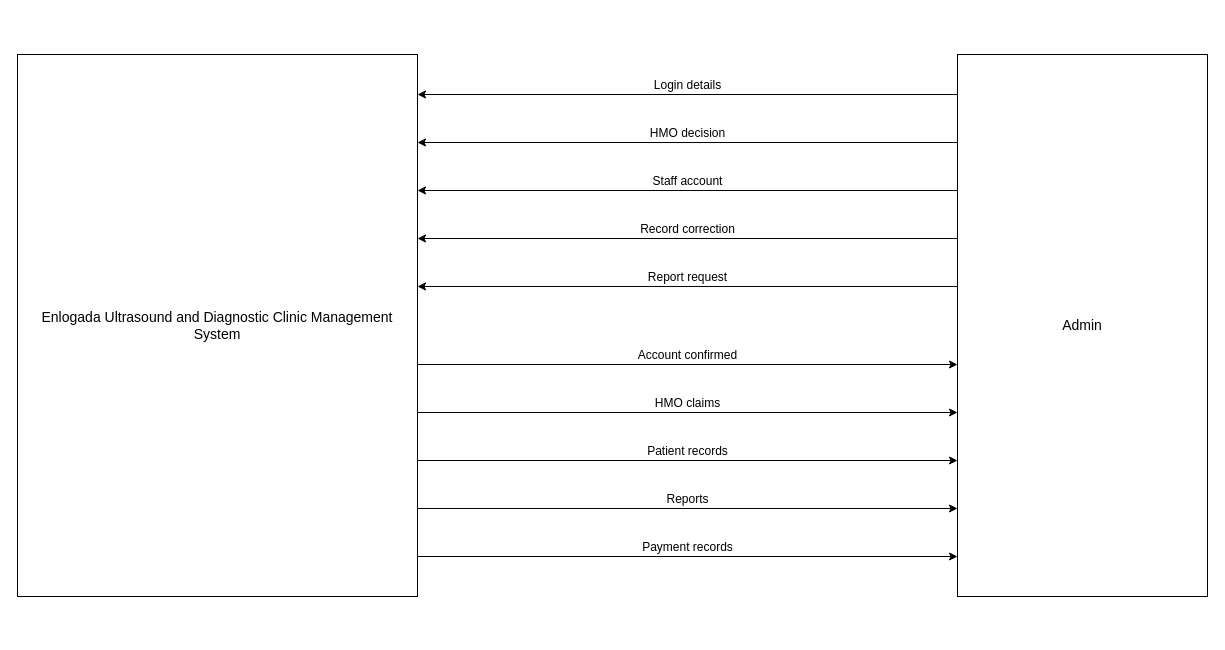
steven23lz/Enlogada-Clinic-Management-System keeps this draw.io diagram as page "Admin" (3 of 9) of docs/diagrams/dfd-level0.drawio. Above is the earlier version. Source tidied: cells renumbered, new cells numbered last; positions are measured from the earlier drawing's top-left corner, leaving out a move shared by most shapes. Both pictures are drawn from the tidied source at 100%, with x=0, y=0 at pixel (17, 54).
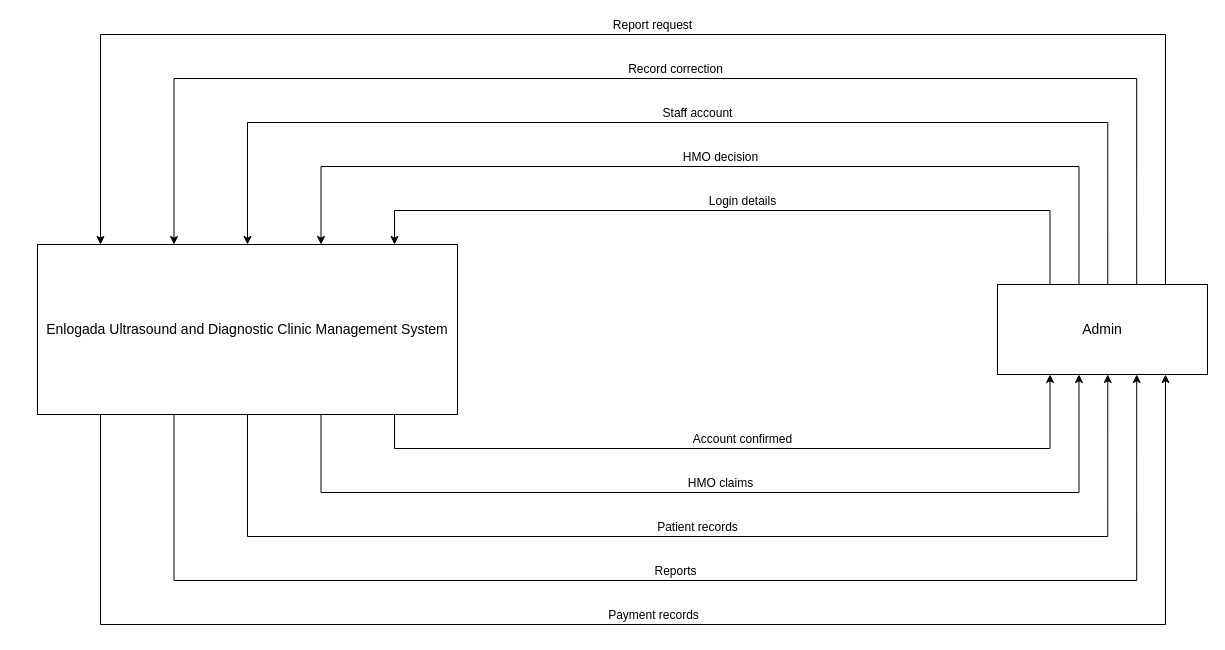
The same diagram, later.

The edit, as a diff of the source:
```diff
@@
     <mxCell id="2" value="Enlogada Ultrasound and Diagnostic Clinic Management System" style="rounded=0;whiteSpace=wrap;html=1;verticalAlign=middle;fontFamily=Helvetica;fontSize=14;fontColor=#000000;strokeColor=#000000;" parent="1" vertex="1">
-      <mxGeometry width="400" height="542" as="geometry" />
+      <mxGeometry x="20" y="190" width="420" height="170" as="geometry" />
     </mxCell>
     <mxCell id="3" value="Admin" style="rounded=0;whiteSpace=wrap;html=1;fontFamily=Helvetica;fontSize=14;fontColor=#000000;strokeColor=#000000;" parent="1" vertex="1">
-      <mxGeometry x="940" width="250" height="542" as="geometry" />
+      <mxGeometry x="980" y="230" width="210" height="90" as="geometry" />
     </mxCell>
-    <mxCell id="4" value="Login details" style="edgeStyle=orthogonalEdgeStyle;rounded=0;html=1;verticalAlign=bottom;fontFamily=Helvetica;fontSize=12;fontColor=#000000;strokeColor=#000000;exitX=0;entryX=1;exitY=0.0738;exitDx=0;exitDy=0;entryY=0.0738;entryDx=0;entryDy=0;" parent="1" edge="1" source="3" target="2">
-      <mxGeometry relative="1" as="geometry" />
+    <mxCell id="4" value="Login details" style="edgeStyle=orthogonalEdgeStyle;rounded=0;html=1;verticalAlign=bottom;fontFamily=Helvetica;fontSize=12;fontColor=#000000;strokeColor=#000000;exitX=0.250;exitY=0;exitDx=0;exitDy=0;entryX=0.850;entryY=0;entryDx=0;entryDy=0;" parent="1" edge="1" source="3" target="2">
+      <mxGeometry relative="1" as="geometry">
+        <Array as="points">
+          <mxPoint x="1032.5" y="156" />
+          <mxPoint x="377" y="156" />
+        </Array>
+      </mxGeometry>
     </mxCell>
-    <mxCell id="5" value="HMO decision" style="edgeStyle=orthogonalEdgeStyle;rounded=0;html=1;verticalAlign=bottom;fontFamily=Helvetica;fontSize=12;fontColor=#000000;strokeColor=#000000;exitX=0;entryX=1;exitY=0.1624;exitDx=0;exitDy=0;entryY=0.1624;entryDx=0;entryDy=0;" parent="1" edge="1" source="3" target="2">
-      <mxGeometry relative="1" as="geometry" />
+    <mxCell id="5" value="HMO decision" style="edgeStyle=orthogonalEdgeStyle;rounded=0;html=1;verticalAlign=bottom;fontFamily=Helvetica;fontSize=12;fontColor=#000000;strokeColor=#000000;exitX=0.388;exitY=0;exitDx=0;exitDy=0;entryX=0.675;entryY=0;entryDx=0;entryDy=0;" parent="1" edge="1" source="3" target="2">
+      <mxGeometry relative="1" as="geometry">
+        <Array as="points">
+          <mxPoint x="1061.4" y="112" />
+          <mxPoint x="303.5" y="112" />
+        </Array>
+      </mxGeometry>
     </mxCell>
-    <mxCell id="6" value="Staff account" style="edgeStyle=orthogonalEdgeStyle;rounded=0;html=1;verticalAlign=bottom;fontFamily=Helvetica;fontSize=12;fontColor=#000000;strokeColor=#000000;exitX=0;entryX=1;exitY=0.2509;exitDx=0;exitDy=0;entryY=0.2509;entryDx=0;entryDy=0;" parent="1" edge="1" source="3" target="2">
-      <mxGeometry relative="1" as="geometry" />
+    <mxCell id="6" value="Staff account" style="edgeStyle=orthogonalEdgeStyle;rounded=0;html=1;verticalAlign=bottom;fontFamily=Helvetica;fontSize=12;fontColor=#000000;strokeColor=#000000;exitX=0.525;exitY=0;exitDx=0;exitDy=0;entryX=0.500;entryY=0;entryDx=0;entryDy=0;" parent="1" edge="1" source="3" target="2">
+      <mxGeometry relative="1" as="geometry">
+        <Array as="points">
+          <mxPoint x="1090.2" y="68" />
+          <mxPoint x="230" y="68" />
+        </Array>
+      </mxGeometry>
     </mxCell>
-    <mxCell id="7" value="Record correction" style="edgeStyle=orthogonalEdgeStyle;rounded=0;html=1;verticalAlign=bottom;fontFamily=Helvetica;fontSize=12;fontColor=#000000;strokeColor=#000000;exitX=0;entryX=1;exitY=0.3395;exitDx=0;exitDy=0;entryY=0.3395;entryDx=0;entryDy=0;" parent="1" edge="1" source="3" target="2">
-      <mxGeometry relative="1" as="geometry" />
+    <mxCell id="7" value="Record correction" style="edgeStyle=orthogonalEdgeStyle;rounded=0;html=1;verticalAlign=bottom;fontFamily=Helvetica;fontSize=12;fontColor=#000000;strokeColor=#000000;exitX=0.663;exitY=0;exitDx=0;exitDy=0;entryX=0.325;entryY=0;entryDx=0;entryDy=0;" parent="1" edge="1" source="3" target="2">
+      <mxGeometry relative="1" as="geometry">
+        <Array as="points">
+          <mxPoint x="1119.1" y="24" />
+          <mxPoint x="156.5" y="24" />
+        </Array>
+      </mxGeometry>
     </mxCell>
-    <mxCell id="8" value="Report request" style="edgeStyle=orthogonalEdgeStyle;rounded=0;html=1;verticalAlign=bottom;fontFamily=Helvetica;fontSize=12;fontColor=#000000;strokeColor=#000000;exitX=0;entryX=1;exitY=0.4280;exitDx=0;exitDy=0;entryY=0.4280;entryDx=0;entryDy=0;" parent="1" edge="1" source="3" target="2">
-      <mxGeometry relative="1" as="geometry" />
+    <mxCell id="8" value="Report request" style="edgeStyle=orthogonalEdgeStyle;rounded=0;html=1;verticalAlign=bottom;fontFamily=Helvetica;fontSize=12;fontColor=#000000;strokeColor=#000000;exitX=0.800;exitY=0;exitDx=0;exitDy=0;entryX=0.150;entryY=0;entryDx=0;entryDy=0;" parent="1" edge="1" source="3" target="2">
+      <mxGeometry relative="1" as="geometry">
+        <Array as="points">
+          <mxPoint x="1148" y="-20" />
+          <mxPoint x="83" y="-20" />
+        </Array>
+      </mxGeometry>
     </mxCell>
-    <mxCell id="9" value="Account confirmed" style="edgeStyle=orthogonalEdgeStyle;rounded=0;html=1;verticalAlign=bottom;fontFamily=Helvetica;fontSize=12;fontColor=#000000;strokeColor=#000000;exitX=1;entryX=0;exitY=0.5720;exitDx=0;exitDy=0;entryY=0.5720;entryDx=0;entryDy=0;" parent="1" edge="1" source="2" target="3">
-      <mxGeometry relative="1" as="geometry" />
+    <mxCell id="9" value="Account confirmed" style="edgeStyle=orthogonalEdgeStyle;rounded=0;html=1;verticalAlign=bottom;fontFamily=Helvetica;fontSize=12;fontColor=#000000;strokeColor=#000000;exitX=0.850;exitY=1;exitDx=0;exitDy=0;entryX=0.250;entryY=1;entryDx=0;entryDy=0;" parent="1" edge="1" source="2" target="3">
+      <mxGeometry relative="1" as="geometry">
+        <Array as="points">
+          <mxPoint x="377" y="394" />
+          <mxPoint x="1032.5" y="394" />
+        </Array>
+      </mxGeometry>
     </mxCell>
-    <mxCell id="10" value="HMO claims" style="edgeStyle=orthogonalEdgeStyle;rounded=0;html=1;verticalAlign=bottom;fontFamily=Helvetica;fontSize=12;fontColor=#000000;strokeColor=#000000;exitX=1;entryX=0;exitY=0.6605;exitDx=0;exitDy=0;entryY=0.6605;entryDx=0;entryDy=0;" parent="1" edge="1" source="2" target="3">
-      <mxGeometry relative="1" as="geometry" />
+    <mxCell id="10" value="HMO claims" style="edgeStyle=orthogonalEdgeStyle;rounded=0;html=1;verticalAlign=bottom;fontFamily=Helvetica;fontSize=12;fontColor=#000000;strokeColor=#000000;exitX=0.675;exitY=1;exitDx=0;exitDy=0;entryX=0.388;entryY=1;entryDx=0;entryDy=0;" parent="1" edge="1" source="2" target="3">
+      <mxGeometry relative="1" as="geometry">
+        <Array as="points">
+          <mxPoint x="303.5" y="438" />
+          <mxPoint x="1061.4" y="438" />
+        </Array>
+      </mxGeometry>
     </mxCell>
-    <mxCell id="11" value="Patient records" style="edgeStyle=orthogonalEdgeStyle;rounded=0;html=1;verticalAlign=bottom;fontFamily=Helvetica;fontSize=12;fontColor=#000000;strokeColor=#000000;exitX=1;entryX=0;exitY=0.7491;exitDx=0;exitDy=0;entryY=0.7491;entryDx=0;entryDy=0;" parent="1" edge="1" source="2" target="3">
-      <mxGeometry relative="1" as="geometry" />
+    <mxCell id="11" value="Patient records" style="edgeStyle=orthogonalEdgeStyle;rounded=0;html=1;verticalAlign=bottom;fontFamily=Helvetica;fontSize=12;fontColor=#000000;strokeColor=#000000;exitX=0.500;exitY=1;exitDx=0;exitDy=0;entryX=0.525;entryY=1;entryDx=0;entryDy=0;" parent="1" edge="1" source="2" target="3">
+      <mxGeometry relative="1" as="geometry">
+        <Array as="points">
+          <mxPoint x="230" y="482" />
+          <mxPoint x="1090.2" y="482" />
+        </Array>
+      </mxGeometry>
     </mxCell>
-    <mxCell id="12" value="Reports" style="edgeStyle=orthogonalEdgeStyle;rounded=0;html=1;verticalAlign=bottom;fontFamily=Helvetica;fontSize=12;fontColor=#000000;strokeColor=#000000;exitX=1;entryX=0;exitY=0.8376;exitDx=0;exitDy=0;entryY=0.8376;entryDx=0;entryDy=0;" parent="1" edge="1" source="2" target="3">
-      <mxGeometry relative="1" as="geometry" />
+    <mxCell id="12" value="Reports" style="edgeStyle=orthogonalEdgeStyle;rounded=0;html=1;verticalAlign=bottom;fontFamily=Helvetica;fontSize=12;fontColor=#000000;strokeColor=#000000;exitX=0.325;exitY=1;exitDx=0;exitDy=0;entryX=0.663;entryY=1;entryDx=0;entryDy=0;" parent="1" edge="1" source="2" target="3">
+      <mxGeometry relative="1" as="geometry">
+        <Array as="points">
+          <mxPoint x="156.5" y="526" />
+          <mxPoint x="1119.1" y="526" />
+        </Array>
+      </mxGeometry>
     </mxCell>
-    <mxCell id="13" value="Payment records" style="edgeStyle=orthogonalEdgeStyle;rounded=0;html=1;verticalAlign=bottom;fontFamily=Helvetica;fontSize=12;fontColor=#000000;strokeColor=#000000;exitX=1;entryX=0;exitY=0.9262;exitDx=0;exitDy=0;entryY=0.9262;entryDx=0;entryDy=0;" parent="1" edge="1" source="2" target="3">
-      <mxGeometry relative="1" as="geometry" />
+    <mxCell id="13" value="Payment records" style="edgeStyle=orthogonalEdgeStyle;rounded=0;html=1;verticalAlign=bottom;fontFamily=Helvetica;fontSize=12;fontColor=#000000;strokeColor=#000000;exitX=0.150;exitY=1;exitDx=0;exitDy=0;entryX=0.800;entryY=1;entryDx=0;entryDy=0;" parent="1" edge="1" source="2" target="3">
+      <mxGeometry relative="1" as="geometry">
+        <Array as="points">
+          <mxPoint x="83" y="570" />
+          <mxPoint x="1148" y="570" />
+        </Array>
+      </mxGeometry>
     </mxCell>
```
